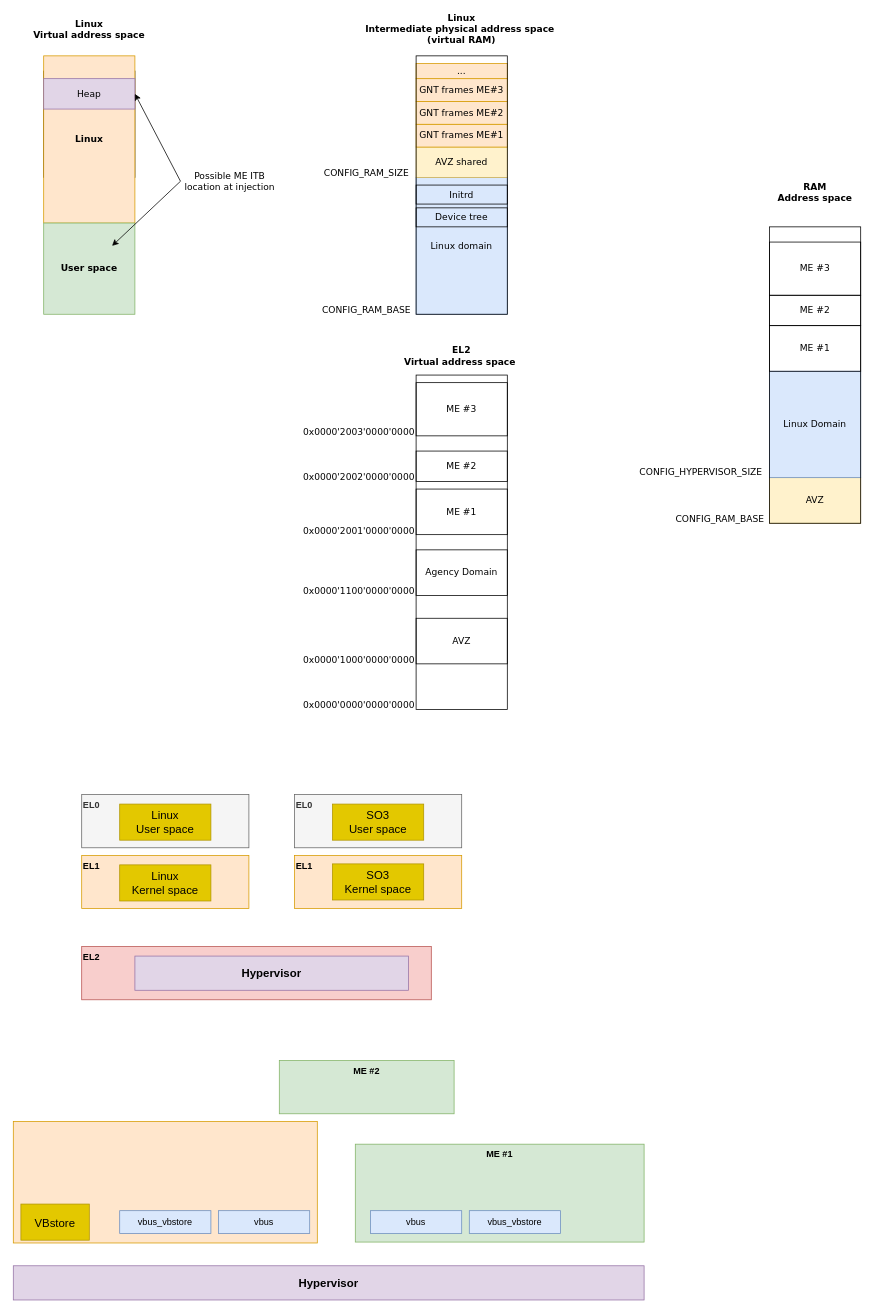
Earlier version of the draw.io diagram page "Aarch64-virt" (14 of 15) of doc/source/img/SOO.drawio (smartobjectoriented/soo). Source tidied: cells renumbered, new cells numbered last; positions are measured from the earlier drawing's top-left corner, leaving out a move shared by most shapes. Both pictures are drawn from the tidied source at 76%, with x=0, y=0 at pixel (13, 17).
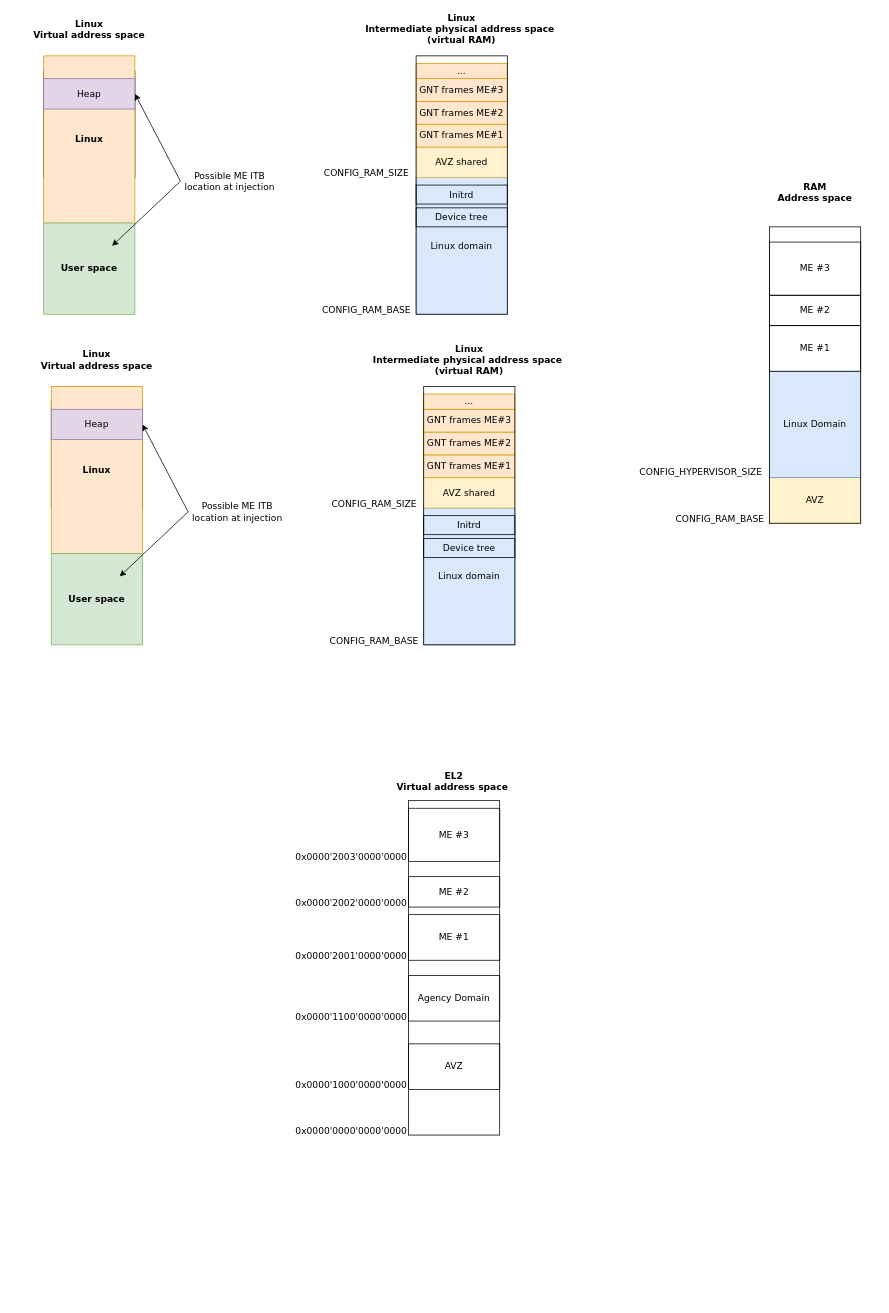
The same diagram, later.

What changed in the source:
```diff
@@
     <mxCell id="2" style="rounded=0;whiteSpace=wrap;html=1;" parent="1" vertex="1">
-      <mxGeometry x="530" y="470" width="120" height="440" as="geometry" />
+      <mxGeometry x="520" y="1030" width="120" height="440" as="geometry" />
     </mxCell>
     <mxCell id="3" value="0x0000'0000'0000'0000" style="text;html=1;strokeColor=none;fillColor=none;align=center;verticalAlign=middle;whiteSpace=wrap;rounded=0;fontFamily=Verdana;" parent="1" vertex="1">
-      <mxGeometry x="380" y="890" width="150" height="30" as="geometry" />
+      <mxGeometry x="370" y="1450" width="150" height="30" as="geometry" />
     </mxCell>
     <mxCell id="4" value="EL2 &lt;br&gt;Virtual address space&amp;nbsp;" style="text;html=1;strokeColor=none;fillColor=none;align=center;verticalAlign=middle;whiteSpace=wrap;rounded=0;fontFamily=Verdana;fontSize=12;fontColor=default;fontStyle=1;" parent="1" vertex="1">
-      <mxGeometry x="510" y="430" width="160" height="30" as="geometry" />
+      <mxGeometry x="500" y="990" width="160" height="30" as="geometry" />
     </mxCell>
     <mxCell id="5" value="AVZ" style="rounded=0;whiteSpace=wrap;html=1;fontFamily=Verdana;fontSize=12;fontColor=default;fillColor=none;gradientColor=none;" parent="1" vertex="1">
-      <mxGeometry x="530" y="790" width="120" height="60" as="geometry" />
+      <mxGeometry x="520" y="1350" width="120" height="60" as="geometry" />
     </mxCell>
     <mxCell id="6" value="0x0000'1000'0000'0000" style="text;html=1;strokeColor=none;fillColor=none;align=center;verticalAlign=middle;whiteSpace=wrap;rounded=0;fontFamily=Verdana;" parent="1" vertex="1">
-      <mxGeometry x="380" y="830" width="150" height="30" as="geometry" />
+      <mxGeometry x="370" y="1390" width="150" height="30" as="geometry" />
     </mxCell>
     <mxCell id="7" value="Agency Domain" style="rounded=0;whiteSpace=wrap;html=1;fontFamily=Verdana;fontSize=12;fontColor=default;fillColor=none;gradientColor=none;" parent="1" vertex="1">
-      <mxGeometry x="530" y="700" width="120" height="60" as="geometry" />
+      <mxGeometry x="520" y="1260" width="120" height="60" as="geometry" />
     </mxCell>
     <mxCell id="8" value="0x0000'1100'0000'0000" style="text;html=1;strokeColor=none;fillColor=none;align=center;verticalAlign=middle;whiteSpace=wrap;rounded=0;fontFamily=Verdana;" parent="1" vertex="1">
-      <mxGeometry x="380" y="740" width="150" height="30" as="geometry" />
+      <mxGeometry x="370" y="1300" width="150" height="30" as="geometry" />
     </mxCell>
     <mxCell id="9" value="ME #1" style="rounded=0;whiteSpace=wrap;html=1;fontFamily=Verdana;fontSize=12;fontColor=default;fillColor=none;gradientColor=none;" parent="1" vertex="1">
-      <mxGeometry x="530" y="620" width="120" height="60" as="geometry" />
+      <mxGeometry x="520" y="1180" width="120" height="60" as="geometry" />
     </mxCell>
     <mxCell id="10" value="0x0000'2001'0000'0000" style="text;html=1;strokeColor=none;fillColor=none;align=center;verticalAlign=middle;whiteSpace=wrap;rounded=0;fontFamily=Verdana;" parent="1" vertex="1">
-      <mxGeometry x="380" y="660" width="150" height="30" as="geometry" />
+      <mxGeometry x="370" y="1220" width="150" height="30" as="geometry" />
     </mxCell>
     <mxCell id="11" value="ME #2" style="rounded=0;whiteSpace=wrap;html=1;fontFamily=Verdana;fontSize=12;fontColor=default;fillColor=none;gradientColor=none;" parent="1" vertex="1">
-      <mxGeometry x="530" y="570" width="120" height="40" as="geometry" />
+      <mxGeometry x="520" y="1130" width="120" height="40" as="geometry" />
     </mxCell>
     <mxCell id="12" value="0x0000'2002'0000'0000" style="text;html=1;strokeColor=none;fillColor=none;align=center;verticalAlign=middle;whiteSpace=wrap;rounded=0;fontFamily=Verdana;" parent="1" vertex="1">
-      <mxGeometry x="380" y="590" width="150" height="30" as="geometry" />
+      <mxGeometry x="370" y="1150" width="150" height="30" as="geometry" />
     </mxCell>
     <mxCell id="13" value="ME #3" style="rounded=0;whiteSpace=wrap;html=1;fontFamily=Verdana;fontSize=12;fontColor=default;fillColor=none;gradientColor=none;" parent="1" vertex="1">
-      <mxGeometry x="530" y="480" width="120" height="70" as="geometry" />
+      <mxGeometry x="520" y="1040" width="120" height="70" as="geometry" />
     </mxCell>
     <mxCell id="14" value="0x0000'2003'0000'0000" style="text;html=1;strokeColor=none;fillColor=none;align=center;verticalAlign=middle;whiteSpace=wrap;rounded=0;fontFamily=Verdana;" parent="1" vertex="1">
-      <mxGeometry x="380" y="530" width="150" height="30" as="geometry" />
+      <mxGeometry x="370" y="1090" width="150" height="30" as="geometry" />
     </mxCell>
-    <mxCell id="15" value="EL2" style="rounded=0;whiteSpace=wrap;html=1;fillColor=#f8cecc;strokeColor=#b85450;fontStyle=1;verticalAlign=top;align=left;" parent="1" vertex="1">
-      <mxGeometry x="90" y="1222" width="460" height="70" as="geometry" />
-    </mxCell>
-    <mxCell id="16" value="EL1" style="rounded=0;whiteSpace=wrap;html=1;fillColor=#ffe6cc;strokeColor=#d79b00;fontStyle=1;verticalAlign=top;align=left;" parent="1" vertex="1">
-      <mxGeometry x="90" y="1102" width="220" height="70" as="geometry" />
-    </mxCell>
-    <mxCell id="17" value="EL0" style="rounded=0;whiteSpace=wrap;html=1;fillColor=#f5f5f5;strokeColor=#666666;fontStyle=1;verticalAlign=top;align=left;fontColor=#333333;" parent="1" vertex="1">
-      <mxGeometry x="90" y="1022" width="220" height="70" as="geometry" />
-    </mxCell>
-    <mxCell id="18" value="Hypervisor" style="rounded=0;whiteSpace=wrap;html=1;fontStyle=1;fontSize=15;fillColor=#e1d5e7;strokeColor=#9673a6;" parent="1" vertex="1">
-      <mxGeometry x="160" y="1234.5" width="360" height="45" as="geometry" />
-    </mxCell>
-    <mxCell id="19" value="EL1" style="rounded=0;whiteSpace=wrap;html=1;fillColor=#ffe6cc;strokeColor=#d79b00;fontStyle=1;verticalAlign=top;align=left;" parent="1" vertex="1">
-      <mxGeometry x="370" y="1102" width="220" height="70" as="geometry" />
-    </mxCell>
-    <mxCell id="20" value="EL0" style="rounded=0;whiteSpace=wrap;html=1;fillColor=#f5f5f5;strokeColor=#666666;fontStyle=1;verticalAlign=top;align=left;fontColor=#333333;" parent="1" vertex="1">
-      <mxGeometry x="370" y="1022" width="220" height="70" as="geometry" />
-    </mxCell>
-    <mxCell id="21" value="Linux&lt;br&gt;Kernel space" style="rounded=0;whiteSpace=wrap;html=1;fontSize=15;fillColor=#e3c800;strokeColor=#B09500;fontColor=#000000;" parent="1" vertex="1">
-      <mxGeometry x="140" y="1114.5" width="120" height="47.5" as="geometry" />
-    </mxCell>
-    <mxCell id="22" value="Linux&lt;br&gt;User space" style="rounded=0;whiteSpace=wrap;html=1;fontSize=15;fillColor=#e3c800;strokeColor=#B09500;fontColor=#000000;" parent="1" vertex="1">
-      <mxGeometry x="140" y="1034.5" width="120" height="47.5" as="geometry" />
-    </mxCell>
-    <mxCell id="23" value="Hypervisor" style="rounded=0;whiteSpace=wrap;html=1;fontStyle=1;fontSize=15;fillColor=#e1d5e7;strokeColor=#9673a6;" parent="1" vertex="1">
-      <mxGeometry y="1642" width="830" height="45" as="geometry" />
-    </mxCell>
-    <mxCell id="24" style="rounded=0;whiteSpace=wrap;html=1;fillColor=#ffe6cc;strokeColor=#d79b00;fontStyle=1;verticalAlign=top;align=left;" parent="1" vertex="1">
-      <mxGeometry y="1452" width="400" height="160" as="geometry" />
-    </mxCell>
-    <mxCell id="25" value="VBstore" style="rounded=0;whiteSpace=wrap;html=1;fontSize=15;fillColor=#e3c800;strokeColor=#B09500;fontColor=#000000;" parent="1" vertex="1">
-      <mxGeometry x="10" y="1560.8" width="90" height="47.5" as="geometry" />
-    </mxCell>
-    <mxCell id="26" value="ME #2" style="rounded=0;whiteSpace=wrap;html=1;fillColor=#d5e8d4;strokeColor=#82b366;fontStyle=1;verticalAlign=top;align=center;" parent="1" vertex="1">
-      <mxGeometry x="350" y="1372" width="230" height="70" as="geometry" />
-    </mxCell>
-    <mxCell id="27" value="ME #1" style="rounded=0;whiteSpace=wrap;html=1;fillColor=#d5e8d4;strokeColor=#82b366;fontStyle=1;verticalAlign=top;align=center;" parent="1" vertex="1">
-      <mxGeometry x="450" y="1482" width="380" height="128.8" as="geometry" />
-    </mxCell>
-    <mxCell id="28" value="vbus_vbstore" style="whiteSpace=wrap;html=1;fillColor=#dae8fc;strokeColor=#6c8ebf;" parent="1" vertex="1">
-      <mxGeometry x="140" y="1569.5" width="120" height="30" as="geometry" />
-    </mxCell>
-    <mxCell id="29" value="vbus" style="whiteSpace=wrap;html=1;fillColor=#dae8fc;strokeColor=#6c8ebf;" parent="1" vertex="1">
-      <mxGeometry x="270" y="1569.5" width="120" height="30" as="geometry" />
-    </mxCell>
-    <mxCell id="30" value="vbus_vbstore" style="whiteSpace=wrap;html=1;fillColor=#dae8fc;strokeColor=#6c8ebf;" parent="1" vertex="1">
-      <mxGeometry x="600" y="1569.5" width="120" height="30" as="geometry" />
-    </mxCell>
-    <mxCell id="31" value="vbus" style="whiteSpace=wrap;html=1;fillColor=#dae8fc;strokeColor=#6c8ebf;" parent="1" vertex="1">
-      <mxGeometry x="470" y="1569.5" width="120" height="30" as="geometry" />
-    </mxCell>
@@
-    <mxCell id="51" value="SO3&lt;br&gt;User space" style="rounded=0;whiteSpace=wrap;html=1;fontSize=15;fillColor=#e3c800;strokeColor=#B09500;fontColor=#000000;" parent="1" vertex="1">
-      <mxGeometry x="420" y="1034.5" width="120" height="47.5" as="geometry" />
-    </mxCell>
-    <mxCell id="52" value="SO3&lt;br&gt;Kernel space" style="rounded=0;whiteSpace=wrap;html=1;fontSize=15;fillColor=#e3c800;strokeColor=#B09500;fontColor=#000000;" parent="1" vertex="1">
-      <mxGeometry x="420" y="1113.2" width="120" height="47.5" as="geometry" />
-    </mxCell>
@@
+    <mxCell id="63" value="Linux&lt;br&gt;Intermediate physical address space&amp;nbsp;&lt;div&gt;(virtual RAM)&lt;/div&gt;" style="text;html=1;strokeColor=none;fillColor=none;align=center;verticalAlign=middle;whiteSpace=wrap;rounded=0;fontFamily=Verdana;fontSize=12;fontColor=default;fontStyle=1;" parent="1" vertex="1">
+      <mxGeometry x="455" y="435" width="290" height="30" as="geometry" />
+    </mxCell>
+    <mxCell id="64" value="Linux d&lt;span style=&quot;background-color: initial;&quot;&gt;omain&lt;/span&gt;" style="rounded=0;whiteSpace=wrap;html=1;fontFamily=Verdana;fontSize=12;fillColor=#dae8fc;strokeColor=#6c8ebf;" parent="1" vertex="1">
+      <mxGeometry x="540" y="645" width="120" height="180" as="geometry" />
+    </mxCell>
+    <mxCell id="65" value="AVZ shared" style="rounded=0;whiteSpace=wrap;html=1;fontFamily=Verdana;fontSize=12;fillColor=#fff2cc;strokeColor=#d6b656;" parent="1" vertex="1">
+      <mxGeometry x="540" y="605" width="120" height="40" as="geometry" />
+    </mxCell>
+    <mxCell id="66" value="CONFIG_RAM_SIZE" style="text;html=1;strokeColor=none;fillColor=none;align=center;verticalAlign=middle;whiteSpace=wrap;rounded=0;fontFamily=Verdana;" parent="1" vertex="1">
+      <mxGeometry x="410" y="625" width="130" height="30" as="geometry" />
+    </mxCell>
+    <mxCell id="67" value="CONFIG_RAM_BASE" style="text;html=1;strokeColor=none;fillColor=none;align=center;verticalAlign=middle;whiteSpace=wrap;rounded=0;fontFamily=Verdana;" parent="1" vertex="1">
+      <mxGeometry x="410" y="805" width="130" height="30" as="geometry" />
+    </mxCell>
+    <mxCell id="68" value="Device tree" style="rounded=0;whiteSpace=wrap;html=1;fontFamily=Verdana;fontSize=12;fontColor=default;fillColor=none;gradientColor=none;" parent="1" vertex="1">
+      <mxGeometry x="540" y="685" width="120" height="25" as="geometry" />
+    </mxCell>
+    <mxCell id="69" value="Initrd" style="rounded=0;whiteSpace=wrap;html=1;fontFamily=Verdana;fontSize=12;fontColor=default;fillColor=none;gradientColor=none;" parent="1" vertex="1">
+      <mxGeometry x="540" y="655" width="120" height="25" as="geometry" />
+    </mxCell>
+    <mxCell id="70" value="GNT frames ME#1" style="rounded=0;whiteSpace=wrap;html=1;fontFamily=Verdana;fontSize=12;fillColor=#ffe6cc;strokeColor=#d79b00;" parent="1" vertex="1">
+      <mxGeometry x="540" y="575" width="120" height="30" as="geometry" />
+    </mxCell>
+    <mxCell id="71" value="GNT frames ME#2" style="rounded=0;whiteSpace=wrap;html=1;fontFamily=Verdana;fontSize=12;fillColor=#ffe6cc;strokeColor=#d79b00;" parent="1" vertex="1">
+      <mxGeometry x="540" y="545" width="120" height="30" as="geometry" />
+    </mxCell>
+    <mxCell id="72" value="GNT frames ME#3" style="rounded=0;whiteSpace=wrap;html=1;fontFamily=Verdana;fontSize=12;fillColor=#ffe6cc;strokeColor=#d79b00;" parent="1" vertex="1">
+      <mxGeometry x="540" y="515" width="120" height="30" as="geometry" />
+    </mxCell>
+    <mxCell id="73" value="..." style="rounded=0;whiteSpace=wrap;html=1;fontFamily=Verdana;fontSize=12;fillColor=#ffe6cc;strokeColor=#d79b00;" parent="1" vertex="1">
+      <mxGeometry x="540" y="495" width="120" height="20" as="geometry" />
+    </mxCell>
+    <mxCell id="74" style="rounded=0;whiteSpace=wrap;html=1;fontFamily=Verdana;fontSize=12;" parent="1" vertex="1">
+      <mxGeometry x="50" y="505" width="120" height="140" as="geometry" />
+    </mxCell>
+    <mxCell id="75" value="Linux" style="rounded=0;whiteSpace=wrap;html=1;fontFamily=Verdana;fontSize=12;fillColor=#ffe6cc;strokeColor=#d79b00;fontStyle=1;" parent="1" vertex="1">
+      <mxGeometry x="50" y="485" width="120" height="220" as="geometry" />
+    </mxCell>
+    <mxCell id="76" value="User space" style="rounded=0;whiteSpace=wrap;html=1;fontFamily=Verdana;fontSize=12;strokeColor=#82b366;fillColor=#d5e8d4;fontStyle=1;" parent="1" vertex="1">
+      <mxGeometry x="50" y="705" width="120" height="120" as="geometry" />
+    </mxCell>
+    <mxCell id="77" value="Heap" style="rounded=0;whiteSpace=wrap;html=1;fontFamily=Verdana;fontSize=12;strokeColor=#9673a6;fillColor=#e1d5e7;" parent="1" vertex="1">
+      <mxGeometry x="50" y="515" width="120" height="40" as="geometry" />
+    </mxCell>
+    <mxCell id="78" value="Possible ME ITB location at injection" style="text;html=1;strokeColor=none;fillColor=none;align=center;verticalAlign=middle;whiteSpace=wrap;rounded=0;fontFamily=Verdana;fontSize=12;fontColor=default;" parent="1" vertex="1">
+      <mxGeometry x="230" y="635" width="130" height="30" as="geometry" />
+    </mxCell>
+    <mxCell id="79" style="endArrow=classic;html=1;rounded=0;fontFamily=Verdana;fontSize=12;fontColor=default;exitX=0;exitY=0.5;exitDx=0;exitDy=0;entryX=1;entryY=0.5;entryDx=0;entryDy=0;" parent="1" edge="1" source="78" target="77">
+      <mxGeometry relative="1" as="geometry" />
+    </mxCell>
+    <mxCell id="80" style="endArrow=classic;html=1;rounded=0;fontFamily=Verdana;fontSize=12;fontColor=default;exitX=0;exitY=0.5;exitDx=0;exitDy=0;entryX=0.75;entryY=0.25;entryDx=0;entryDy=0;entryPerimeter=0;" parent="1" edge="1" source="78" target="76">
+      <mxGeometry relative="1" as="geometry" />
+    </mxCell>
+    <mxCell id="81" value="Linux&lt;div&gt;Virtual address space&lt;/div&gt;" style="text;html=1;strokeColor=none;fillColor=none;align=center;verticalAlign=middle;whiteSpace=wrap;rounded=0;fontFamily=Verdana;fontSize=12;fontColor=default;fontStyle=1;" parent="1" vertex="1">
+      <mxGeometry x="30" y="435" width="160" height="30" as="geometry" />
+    </mxCell>
+    <mxCell id="82" style="rounded=0;whiteSpace=wrap;html=1;fillColor=none;" parent="1" vertex="1">
+      <mxGeometry x="540" y="485" width="120" height="340" as="geometry" />
+    </mxCell>
```
